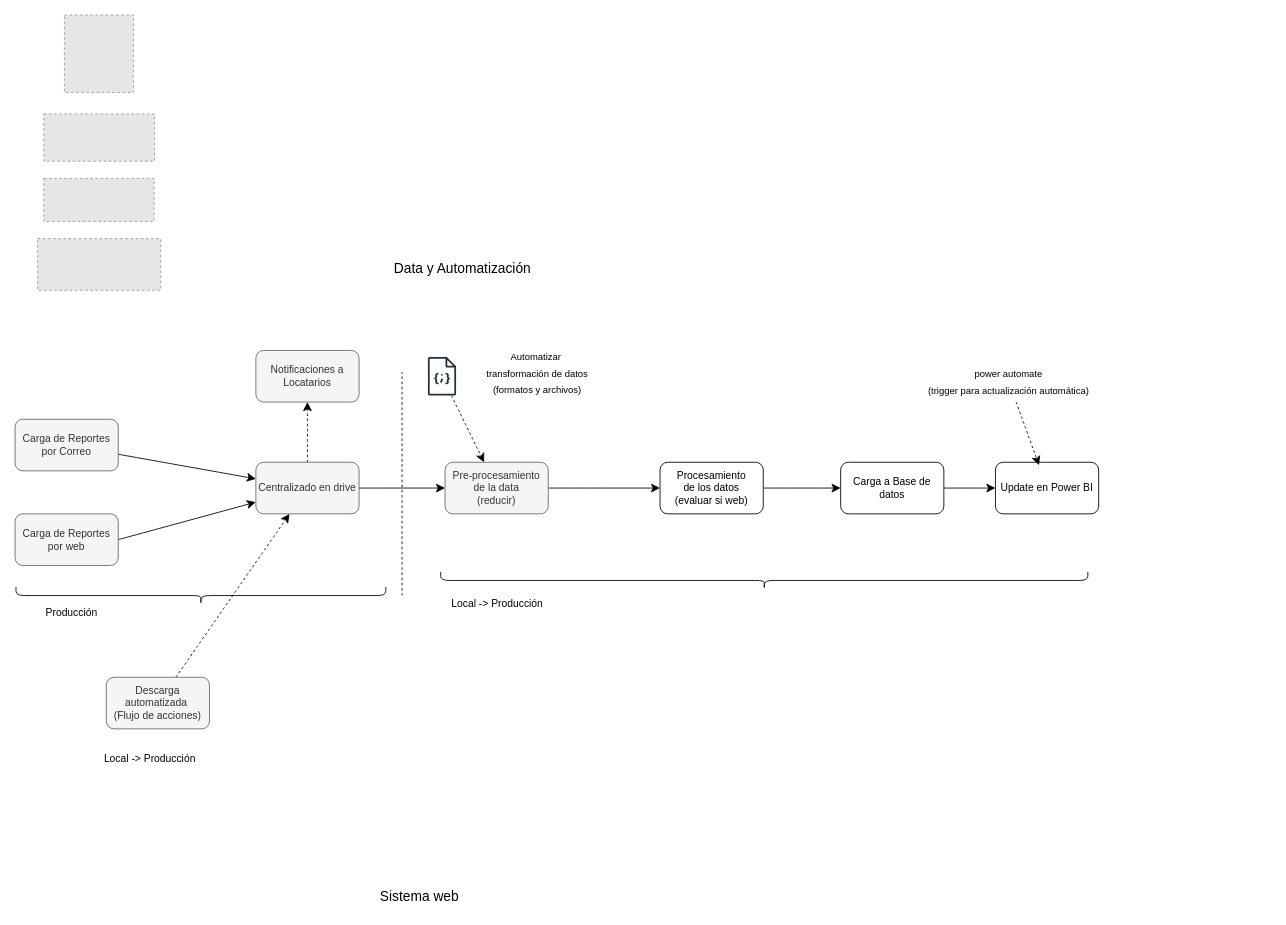
This is Diagrama sin título.drawio from germanhyt/001_architect_projects, a draw.io file, before an edit. Source tidied: cells renumbered, new cells numbered last; positions are measured from the earlier drawing's top-left corner, leaving out a move shared by most shapes. Both pictures are drawn from the tidied source at 86%, with x=0, y=0 at pixel (15, 15). Pictures stored in the file or linked from it are replaced by grey dashed boxes.
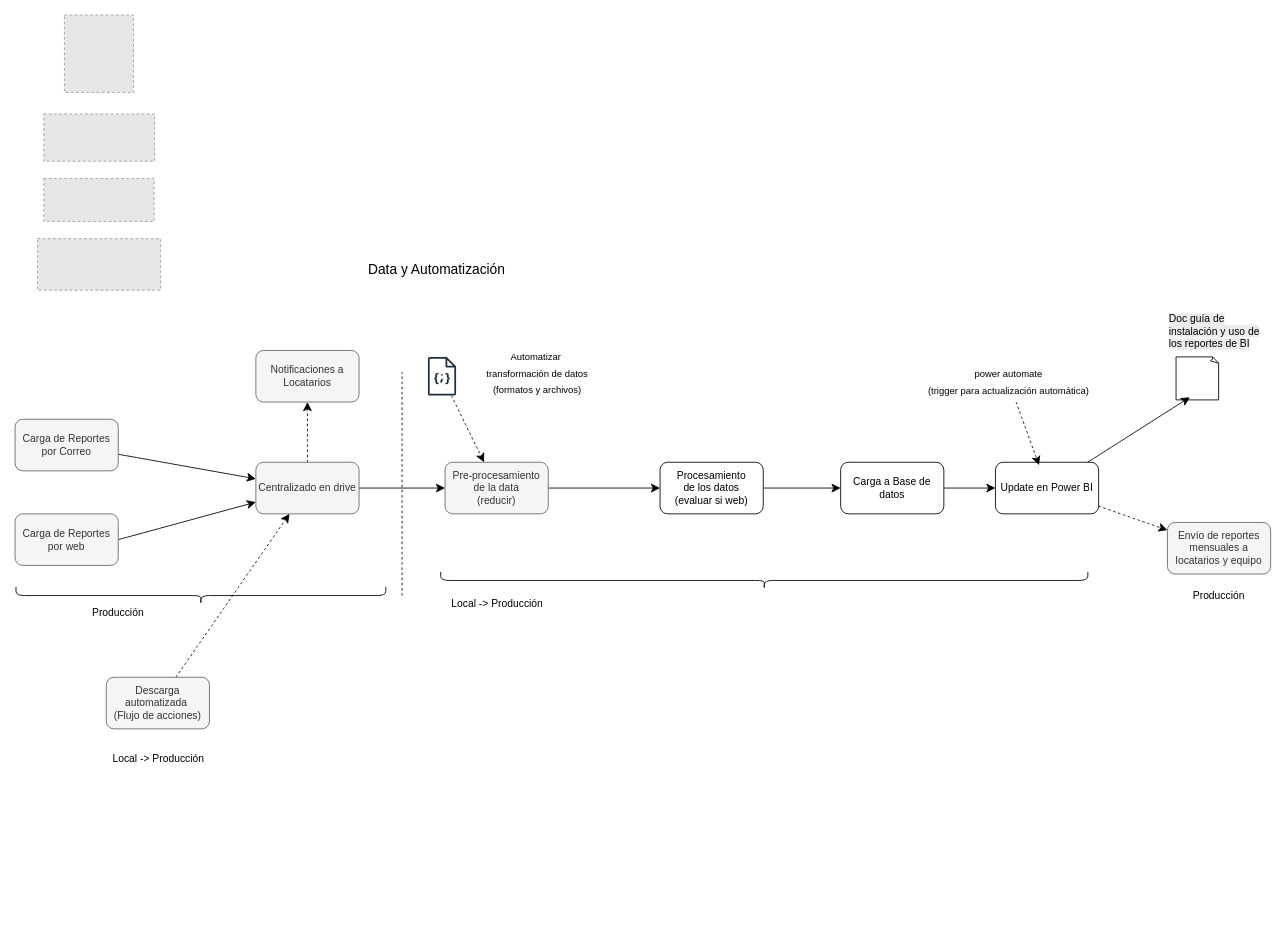
Above is the later version.

The change refers to these unchanged cells:
```xml
<mxCell id="27" value="Update en Power BI" style="rounded=1;whiteSpace=wrap;html=1;" parent="1" vertex="1">
  <mxGeometry x="1140" y="520" width="120" height="60" as="geometry" />
</mxCell>
```

The edit, as a diff of the source:
```diff
@@
     <mxCell id="8" value="Data y Automatización" style="text;html=1;align=center;verticalAlign=middle;strokeColor=none;fillColor=none;fontSize=16;" parent="1" vertex="1">
-      <mxGeometry x="430" y="280" width="180" height="30" as="geometry" />
+      <mxGeometry x="400" y="281.2" width="180" height="30" as="geometry" />
     </mxCell>
@@
     <mxCell id="20" value="Local -&amp;gt; Producción" style="text;html=1;align=center;verticalAlign=middle;whiteSpace=wrap;rounded=0;" parent="1" vertex="1">
-      <mxGeometry x="95.9" y="850" width="122.1" height="30" as="geometry" />
+      <mxGeometry x="106.1" y="850" width="122.1" height="30" as="geometry" />
     </mxCell>
     <mxCell id="21" value="Producción" style="text;html=1;align=center;verticalAlign=middle;whiteSpace=wrap;rounded=0;" parent="1" vertex="1">
-      <mxGeometry x="35.9" y="680" width="60" height="30" as="geometry" />
+      <mxGeometry x="90" y="680" width="60" height="30" as="geometry" />
     </mxCell>
@@
+    <mxCell id="36" style="edgeStyle=none;curved=1;rounded=0;jettySize=auto;html=1;fontSize=12;startSize=8;endSize=8;dashed=1;" parent="1" edge="1" source="27" target="40">
+      <mxGeometry relative="1" as="geometry" />
+    </mxCell>
@@
-    <mxCell id="30" value="Sistema web" style="text;html=1;align=center;verticalAlign=middle;strokeColor=none;fillColor=none;fontSize=16;" parent="1" vertex="1">
-      <mxGeometry x="410" y="1010" width="120" height="30" as="geometry" />
-    </mxCell>
@@
+    <mxCell id="37" style="whiteSpace=wrap;html=1;shape=mxgraph.basic.document;" parent="1" vertex="1">
+      <mxGeometry x="1350" y="397.5" width="50" height="50" as="geometry" />
+    </mxCell>
+    <mxCell id="38" style="edgeStyle=none;curved=1;rounded=0;jettySize=auto;html=1;entryX=0.323;entryY=0.937;entryDx=0;entryDy=0;entryPerimeter=0;fontSize=12;startSize=8;endSize=8;" parent="1" edge="1" source="27" target="37">
+      <mxGeometry relative="1" as="geometry" />
+    </mxCell>
+    <mxCell id="39" value="&lt;span style=&quot;color: rgb(0, 0, 0); font-family: Helvetica; font-size: 12px; font-style: normal; font-variant-ligatures: normal; font-variant-caps: normal; font-weight: 400; letter-spacing: normal; orphans: 2; text-align: center; text-indent: 0px; text-transform: none; widows: 2; word-spacing: 0px; -webkit-text-stroke-width: 0px; white-space: normal; background-color: rgb(236, 236, 236); text-decoration-thickness: initial; text-decoration-style: initial; text-decoration-color: initial; float: none; display: inline !important;&quot;&gt;Doc guía de instalación y uso de los reportes de BI&lt;/span&gt;" style="text;whiteSpace=wrap;html=1;" parent="1" vertex="1">
+      <mxGeometry x="1340" y="340" width="120" height="50" as="geometry" />
+    </mxCell>
+    <mxCell id="40" value="Envío de reportes mensuales a locatarios y equipo" style="rounded=1;whiteSpace=wrap;html=1;fillColor=#f5f5f5;fontColor=#333333;strokeColor=#666666;" parent="1" vertex="1">
+      <mxGeometry x="1340" y="590" width="120" height="60" as="geometry" />
+    </mxCell>
+    <mxCell id="41" value="Producción" style="text;html=1;align=center;verticalAlign=middle;whiteSpace=wrap;rounded=0;" parent="1" vertex="1">
+      <mxGeometry x="1370" y="660" width="60" height="30" as="geometry" />
+    </mxCell>
```
